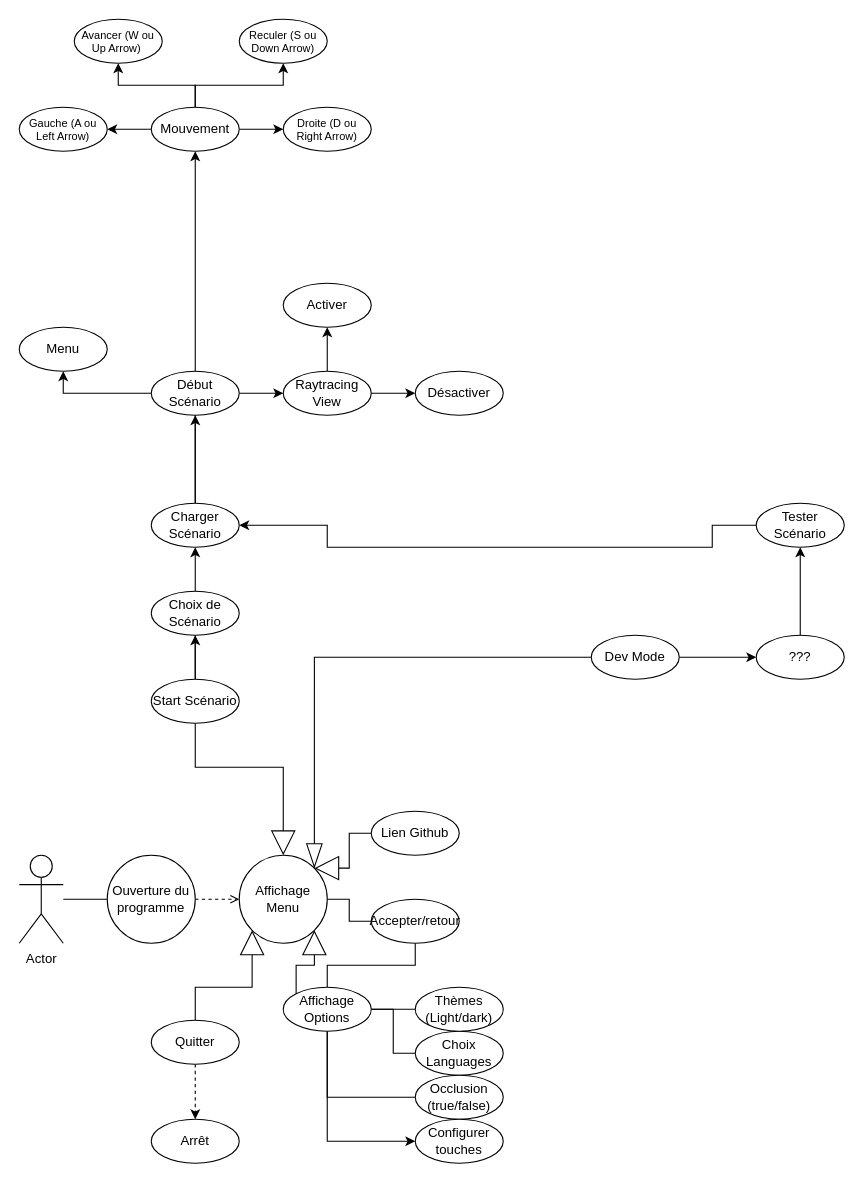
Cemecla/Acoustic-Tracing keeps this draw.io diagram as doc/UML/Draft - Cas d'usage - V1.drawio. Above is the earlier version. Source tidied: cells renumbered, new cells numbered last; positions are measured from the earlier drawing's top-left corner, leaving out a move shared by most shapes. Both pictures are drawn from the tidied source at 110%, with x=0, y=0 at pixel (19, 19).
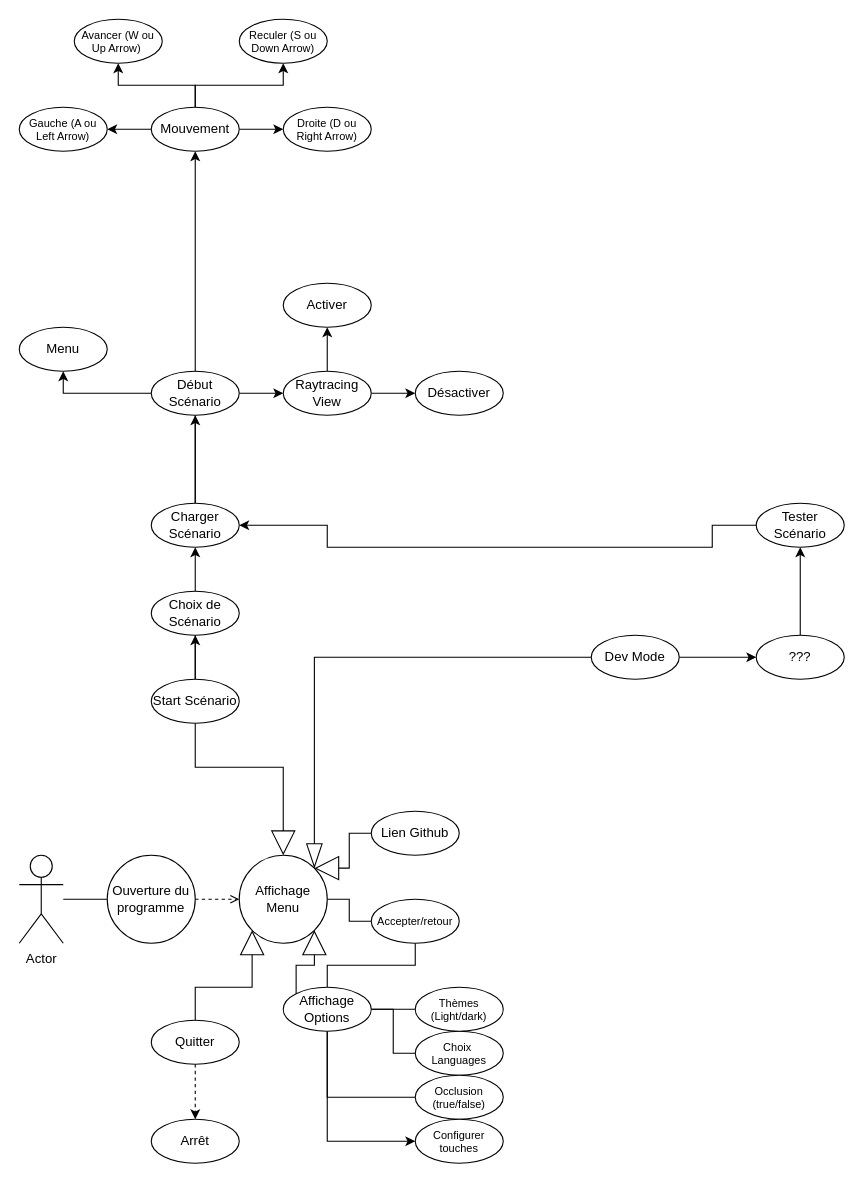
Above is the later version.

Commit message (it also covers changes not shown here):
Update global planning

Diff of the diagram source:
```diff
@@
-    <mxCell id="24" value="Choix Languages" style="ellipse;whiteSpace=wrap;html=1;" parent="1" vertex="1">
+    <mxCell id="24" value="Choix&amp;nbsp;&lt;div&gt;Languages&lt;/div&gt;" style="ellipse;whiteSpace=wrap;html=1;fontSize=10;" parent="1" vertex="1">
       <mxGeometry x="360" y="920" width="80" height="40" as="geometry" />
     </mxCell>
@@
-    <mxCell id="28" value="Accepter/retour" style="ellipse;whiteSpace=wrap;html=1;" parent="1" vertex="1">
+    <mxCell id="28" value="Accepter/retour" style="ellipse;whiteSpace=wrap;html=1;fontSize=10;" parent="1" vertex="1">
       <mxGeometry x="320" y="800" width="80" height="40" as="geometry" />
     </mxCell>
-    <mxCell id="29" value="Occlusion (true/false)" style="ellipse;whiteSpace=wrap;html=1;" parent="1" vertex="1">
+    <mxCell id="29" value="Occlusion (true/false)" style="ellipse;whiteSpace=wrap;html=1;fontSize=10;" parent="1" vertex="1">
       <mxGeometry x="360" y="960" width="80" height="40" as="geometry" />
     </mxCell>
@@
-    <mxCell id="32" value="Thèmes (Light/dark)" style="ellipse;whiteSpace=wrap;html=1;" parent="1" vertex="1">
+    <mxCell id="32" value="Thèmes (Light/dark)" style="ellipse;whiteSpace=wrap;html=1;fontSize=10;" parent="1" vertex="1">
       <mxGeometry x="360" y="880" width="80" height="40" as="geometry" />
     </mxCell>
@@
-    <mxCell id="55" value="Configurer touches" style="ellipse;whiteSpace=wrap;html=1;" parent="1" vertex="1">
+    <mxCell id="55" value="Configurer touches" style="ellipse;whiteSpace=wrap;html=1;fontSize=10;" parent="1" vertex="1">
       <mxGeometry x="360" y="1000" width="80" height="40" as="geometry" />
     </mxCell>
```
